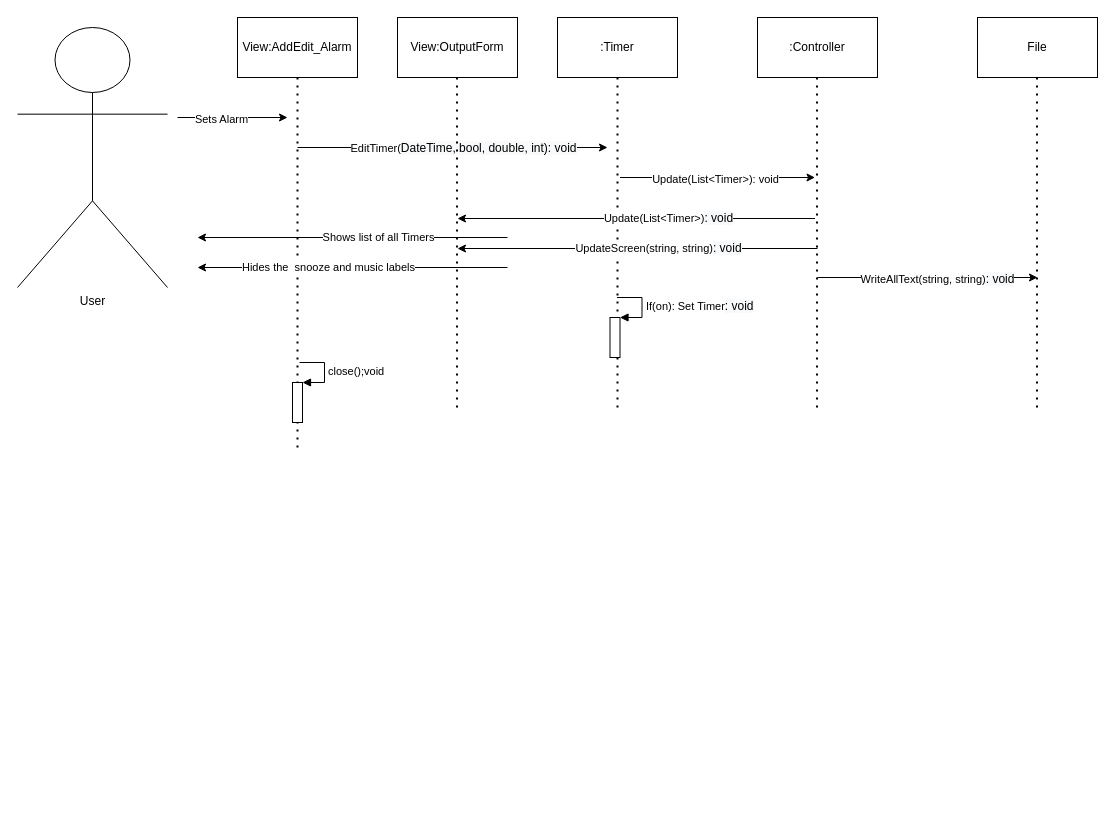
Earlier version of the draw.io diagram page "Sequence Diagram" (3 of 3) of AlarmClock.drawio (Rosebaugh/CS501). Source tidied: cells renumbered, new cells numbered last; positions are measured from the earlier drawing's top-left corner, leaving out a move shared by most shapes. Both pictures are drawn from the tidied source at 100%, with x=0, y=0 at pixel (17, 17).
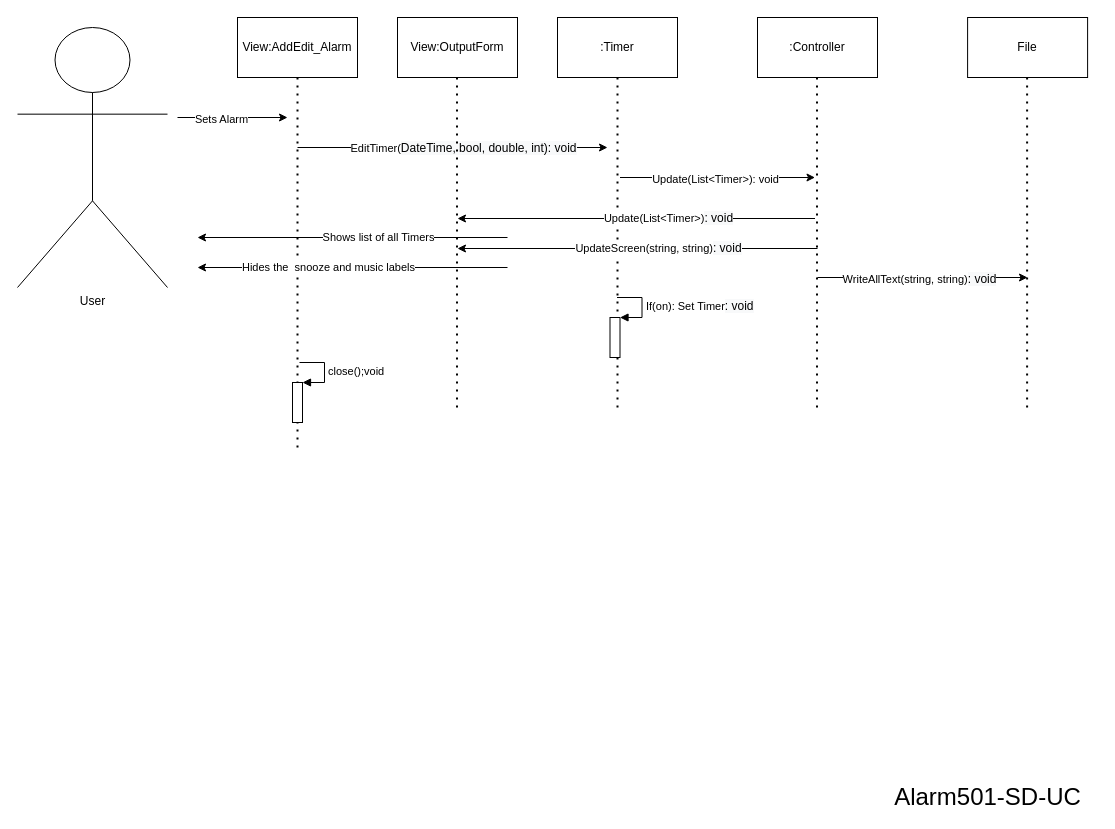
Above is the later version.

What changed in the source:
```diff
@@
     <mxCell id="23" value="File" style="rounded=0;whiteSpace=wrap;html=1;" parent="1" vertex="1">
-      <mxGeometry x="960" width="120" height="60" as="geometry" />
+      <mxGeometry x="950.1" width="120" height="60" as="geometry" />
     </mxCell>
     <mxCell id="24" style="endArrow=none;dashed=1;html=1;dashPattern=1 3;strokeWidth=2;entryX=0.5;entryY=1;entryDx=0;entryDy=0;" parent="1" edge="1">
       <mxGeometry relative="1" as="geometry">
-        <mxPoint x="1019.5" y="390" as="sourcePoint" />
-        <mxPoint x="1019.5" y="60" as="targetPoint" />
+        <mxPoint x="1009.6" y="390" as="sourcePoint" />
+        <mxPoint x="1009.6" y="60" as="targetPoint" />
       </mxGeometry>
     </mxCell>
     <mxCell id="25" style="endArrow=classic;html=1;" parent="1" edge="1">
       <mxGeometry relative="1" as="geometry">
         <mxPoint x="800" y="260" as="sourcePoint" />
-        <mxPoint x="1020" y="260" as="targetPoint" />
+        <mxPoint x="1010" y="260" as="targetPoint" />
       </mxGeometry>
     </mxCell>
     <mxCell id="26" value="WriteAllText(string, string)&lt;span style=&quot;font-size: 12px ; background-color: rgb(248 , 249 , 250)&quot;&gt;: void&lt;/span&gt;" style="edgeLabel;html=1;align=center;verticalAlign=middle;" parent="25" vertex="1">
       <mxGeometry x="0.58" y="-1" relative="1" as="geometry">
-        <mxPoint x="-54.3" as="offset" />
+        <mxPoint x="-64.2" as="offset" />
       </mxGeometry>
     </mxCell>
@@
+    <mxCell id="33" value="&lt;font style=&quot;font-size: 24px&quot;&gt;Alarm501-SD-UC&lt;/font&gt;" style="text;html=1;align=center;verticalAlign=middle;" parent="1" vertex="1">
+      <mxGeometry x="870" y="770" width="200" height="20" as="geometry" />
+    </mxCell>
```
